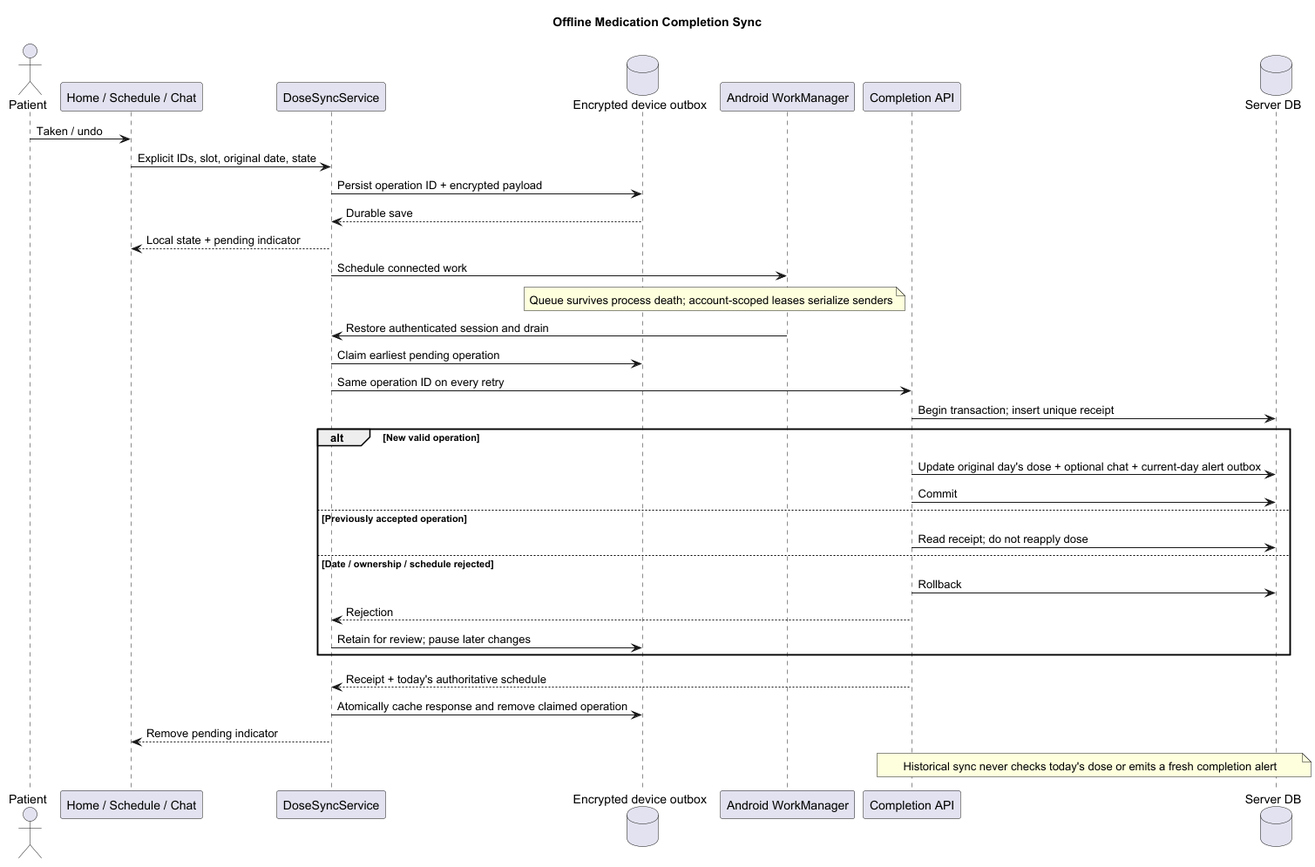
1window2/MedBuddy keeps this PlantUML diagram as docs/UML/sequence/OfflineDoseSync.png. Above is the earlier version. The source it was exported from:
```plantuml
@startuml
title Offline Medication Completion Sync
actor Patient
participant "Home / Schedule / Chat" as UI
participant DoseSyncService as Sync
database "Encrypted device outbox" as Local
participant "Android WorkManager" as Worker
participant "Completion API" as API
database "Server DB" as DB

Patient -> UI: Taken / undo
UI -> Sync: Explicit IDs, slot, original date, state
Sync -> Local: Persist operation ID + encrypted payload
Local --> Sync: Durable save
Sync --> UI: Local state + pending indicator
Sync -> Worker: Schedule connected work
note over Local, Worker: Queue survives process death; account-scoped leases serialize senders
Worker -> Sync: Restore authenticated session and drain
Sync -> Local: Claim earliest pending operation
Sync -> API: Same operation ID on every retry
API -> DB: Begin transaction; insert unique receipt
alt New valid operation
  API -> DB: Update original day's dose + optional chat + current-day alert outbox
  API -> DB: Commit
else Previously accepted operation
  API -> DB: Read receipt; do not reapply dose
else Date / ownership / schedule rejected
  API -> DB: Rollback
  API --> Sync: Rejection
  Sync -> Local: Retain for review; pause later changes
end
API --> Sync: Receipt + today's authoritative schedule
Sync -> Local: Atomically cache response and remove claimed operation
Sync --> UI: Remove pending indicator
note over API, DB: Historical sync never checks today's dose or emits a fresh completion alert
@enduml
```
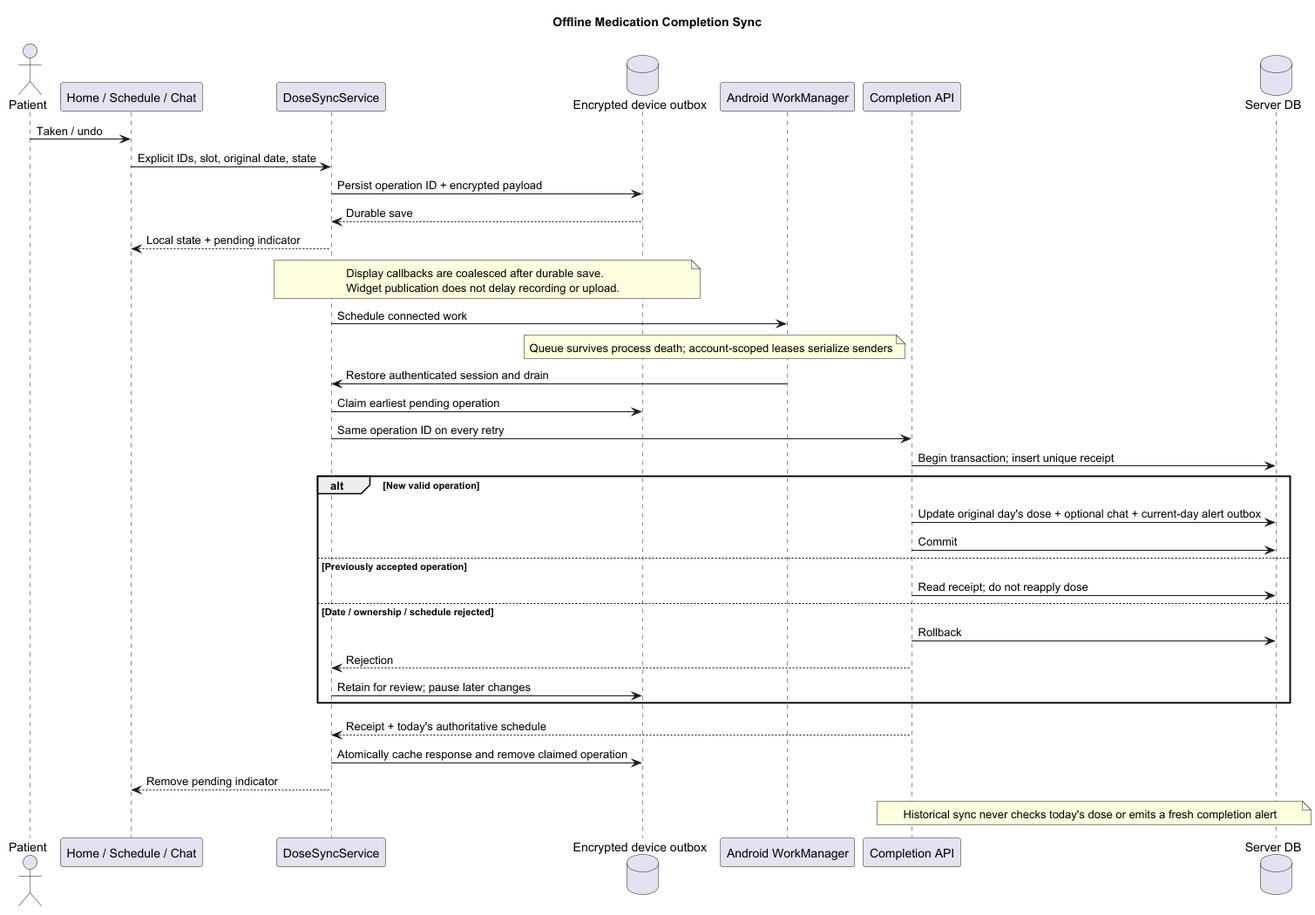
The same file after the commit.

Diff of the diagram source:
```diff
@@ -13,6 +13,7 @@
 Sync -> Local: Persist operation ID + encrypted payload
 Local --> Sync: Durable save
 Sync --> UI: Local state + pending indicator
+note over Sync,Local: Display callbacks are coalesced after durable save.\nWidget publication does not delay recording or upload.
 Sync -> Worker: Schedule connected work
 note over Local, Worker: Queue survives process death; account-scoped leases serialize senders
 Worker -> Sync: Restore authenticated session and drain
```
